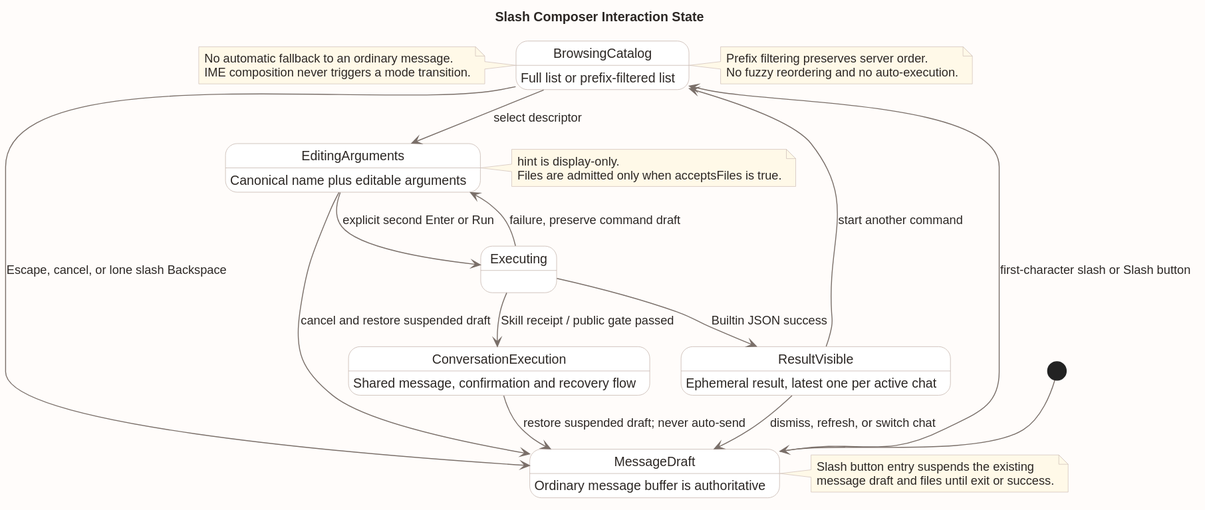
ssm0808/pi-mono-java-design keeps this PlantUML diagram as 04-命令与技能/00-Slash-Command通用模块/前端设计/slash_composer_state.svg. Above is the earlier version.
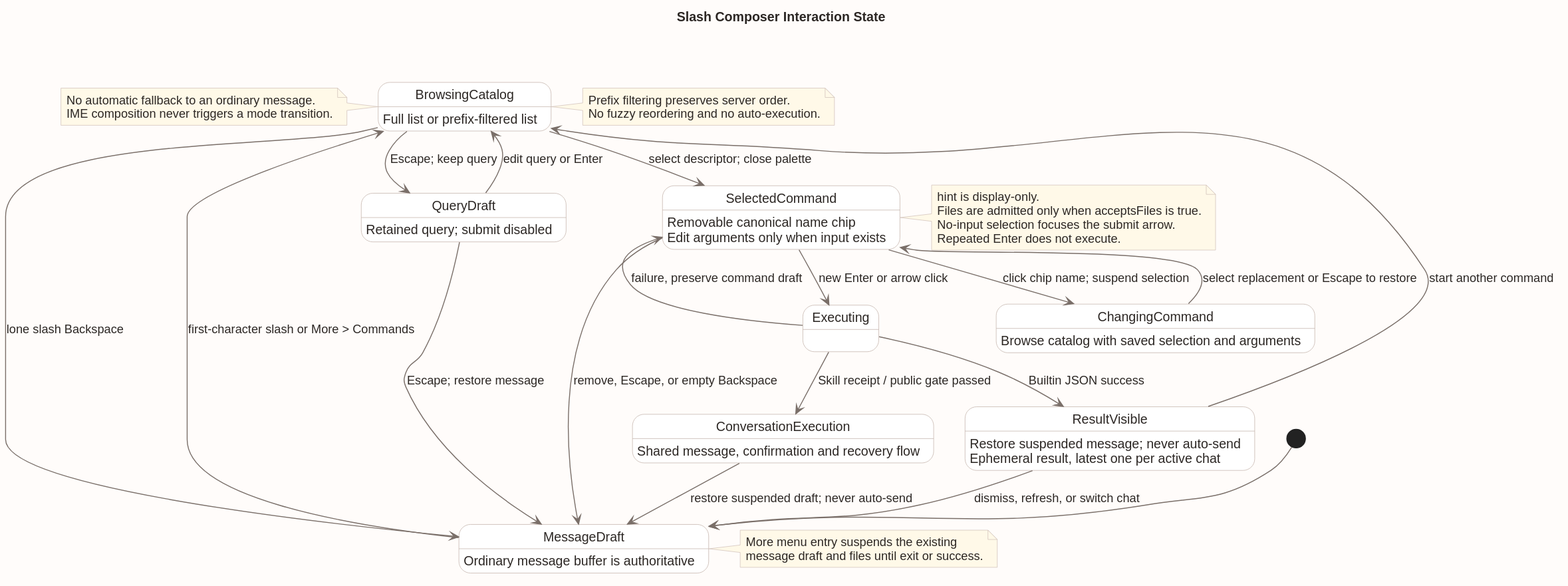
After the change.

Change to the diagram source:
```diff
@@ -17,21 +17,34 @@
 
 [*] --> MessageDraft
 MessageDraft : Ordinary message buffer is authoritative
-MessageDraft --> BrowsingCatalog : first-character slash or Slash button
+MessageDraft --> BrowsingCatalog : first-character slash or More > Commands
 
 state BrowsingCatalog
 BrowsingCatalog : Full list or prefix-filtered list
-BrowsingCatalog --> EditingArguments : select descriptor
-BrowsingCatalog --> MessageDraft : Escape, cancel, or lone slash Backspace
+BrowsingCatalog --> SelectedCommand : select descriptor; close palette
+BrowsingCatalog --> QueryDraft : Escape; keep query
+BrowsingCatalog --> MessageDraft : lone slash Backspace
 
-state EditingArguments
-EditingArguments : Canonical name plus editable arguments
-EditingArguments --> Executing : explicit second Enter or Run
-EditingArguments --> MessageDraft : cancel and restore suspended draft
+state QueryDraft
+QueryDraft : Retained query; submit disabled
+QueryDraft --> BrowsingCatalog : edit query or Enter
+QueryDraft --> MessageDraft : Escape; restore message
+
+state SelectedCommand
+SelectedCommand : Removable canonical name chip
+SelectedCommand : Edit arguments only when input exists
+SelectedCommand --> Executing : new Enter or arrow click
+SelectedCommand --> MessageDraft : remove, Escape, or empty Backspace
+SelectedCommand --> ChangingCommand : click chip name; suspend selection
+
+state ChangingCommand
+ChangingCommand : Browse catalog with saved selection and arguments
+ChangingCommand --> SelectedCommand : select replacement or Escape to restore
 
 state Executing
-Executing --> EditingArguments : failure, preserve command draft
+Executing --> SelectedCommand : failure, preserve command draft
 Executing --> ResultVisible : Builtin JSON success
+ResultVisible : Restore suspended message; never auto-send
 Executing --> ConversationExecution : Skill receipt / public gate passed
 ConversationExecution : Shared message, confirmation and recovery flow
 ConversationExecution --> MessageDraft : restore suspended draft; never auto-send
@@ -46,9 +59,11 @@
   No fuzzy reordering and no auto-execution.
 end note
 
-note right of EditingArguments
+note right of SelectedCommand
   hint is display-only.
   Files are admitted only when acceptsFiles is true.
+  No-input selection focuses the submit arrow.
+  Repeated Enter does not execute.
 end note
 
 note left of BrowsingCatalog
@@ -57,7 +72,7 @@
 end note
 
 note right of MessageDraft
-  Slash button entry suspends the existing
+  More menu entry suspends the existing
   message draft and files until exit or success.
 end note
 @enduml
```
